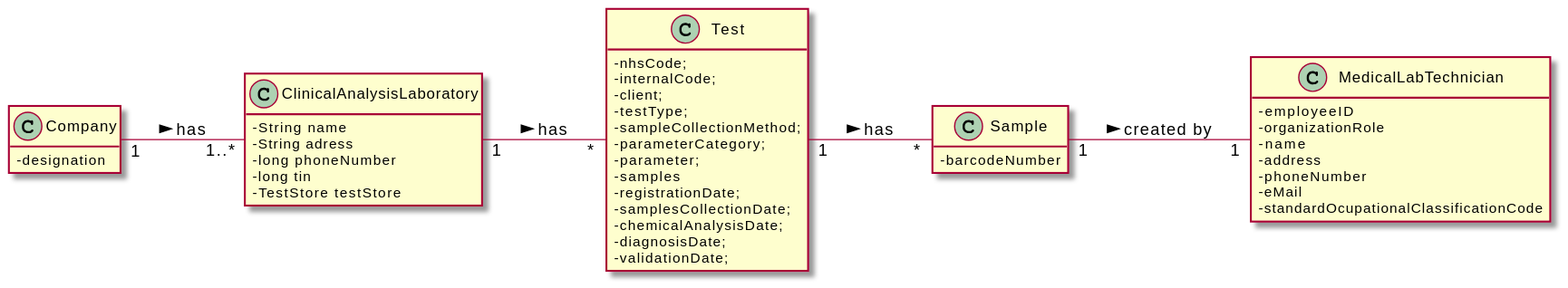
The PlantUML diagram docs/SprintC/US_5/UC5_MD.svg in RuiRioPina/LAPR2-20-21, before a commit.
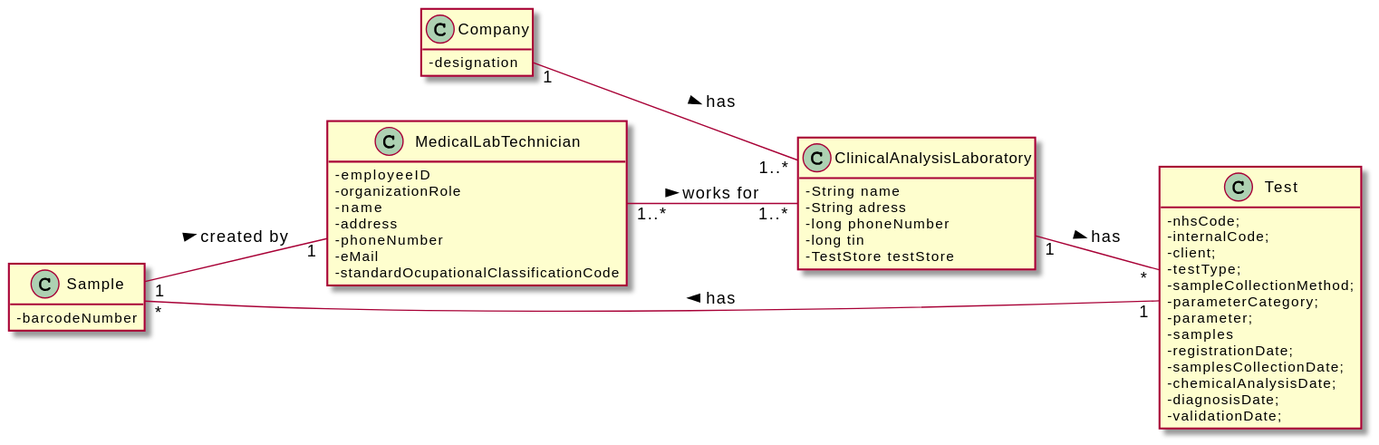
The same diagram one commit later.

Change to the diagram source:
```diff
@@ -47,6 +47,7 @@
 
 Company "1" -- "1..*" ClinicalAnalysisLaboratory : has >
 ClinicalAnalysisLaboratory "1" -- "*" Test : has >
+MedicalLabTechnician "1..*" -- "1..*" ClinicalAnalysisLaboratory : works for >
 Test "1" -- "*" Sample : has >
 Sample "1" -- "1" MedicalLabTechnician : created by >
 @enduml
```
